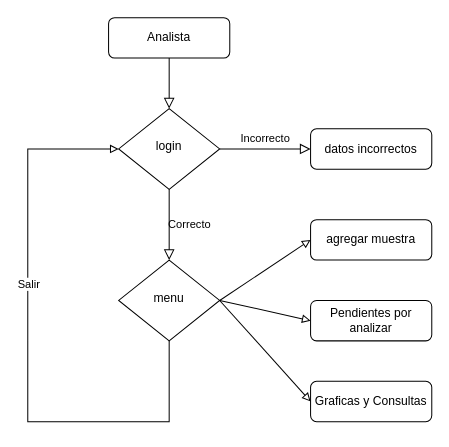
Gabitoto/Bases-de-Datos keeps this draw.io diagram as flujo_de_usuario.drawio. Above is the earlier version. Source tidied: cells renumbered, new cells numbered last; positions are measured from the earlier drawing's top-left corner, leaving out a move shared by most shapes. Both pictures are drawn from the tidied source at 101%, with x=0, y=0 at pixel (27, 17).
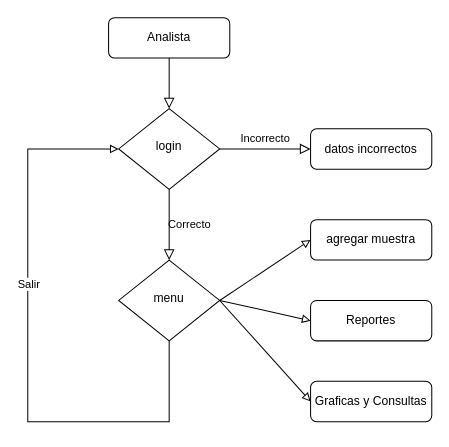
The same page after the edit.

The edit, as a diff of the source:
```diff
@@
 <mxGraphModel>
   <root>
     <mxCell id="0" />
     <mxCell id="1" parent="0" />
     <mxCell id="2" style="rounded=0;html=1;jettySize=auto;fontSize=11;endArrow=block;endFill=0;endSize=8;strokeWidth=1;shadow=0;labelBackgroundColor=none;edgeStyle=orthogonalEdgeStyle;" parent="1" edge="1" source="3" target="6">
       <mxGeometry relative="1" as="geometry" />
     </mxCell>
     <mxCell id="3" value="Analista" style="rounded=1;whiteSpace=wrap;html=1;fontSize=12;glass=0;strokeWidth=1;shadow=0;" parent="1" vertex="1">
       <mxGeometry x="80" width="120" height="40" as="geometry" />
     </mxCell>
     <mxCell id="4" value="Correcto" style="rounded=0;html=1;jettySize=auto;fontSize=11;endArrow=block;endFill=0;endSize=8;strokeWidth=1;shadow=0;labelBackgroundColor=none;edgeStyle=orthogonalEdgeStyle;" parent="1" edge="1" source="6" target="10">
       <mxGeometry y="20" relative="1" as="geometry" />
     </mxCell>
     <mxCell id="5" value="Incorrecto" style="edgeStyle=orthogonalEdgeStyle;rounded=0;html=1;jettySize=auto;fontSize=11;endArrow=block;endFill=0;endSize=8;strokeWidth=1;shadow=0;labelBackgroundColor=none;" parent="1" edge="1" source="6" target="7">
       <mxGeometry y="10" relative="1" as="geometry" />
     </mxCell>
     <mxCell id="6" value="login" style="rhombus;whiteSpace=wrap;html=1;shadow=0;fontFamily=Helvetica;fontSize=12;align=center;strokeWidth=1;spacing=6;spacingTop=-4;" parent="1" vertex="1">
       <mxGeometry x="90" y="90" width="100" height="80" as="geometry" />
     </mxCell>
     <mxCell id="7" value="datos incorrectos" style="rounded=1;whiteSpace=wrap;html=1;fontSize=12;glass=0;strokeWidth=1;shadow=0;" parent="1" vertex="1">
       <mxGeometry x="280" y="110" width="120" height="40" as="geometry" />
     </mxCell>
     <mxCell id="8" style="edgeStyle=orthogonalEdgeStyle;rounded=0;jettySize=auto;html=1;entryX=0;entryY=0.5;entryDx=0;entryDy=0;endArrow=block;endFill=0;" parent="1" edge="1" source="10" target="6">
       <mxGeometry relative="1" as="geometry">
         <Array as="points">
           <mxPoint x="140" y="400" />
           <mxPoint y="400" />
           <mxPoint y="130" />
         </Array>
       </mxGeometry>
     </mxCell>
     <mxCell id="9" value="Salir" style="edgeLabel;html=1;align=center;verticalAlign=middle;" parent="8" vertex="1">
       <mxGeometry x="0.23" relative="1" as="geometry" />
     </mxCell>
     <mxCell id="10" value="menu" style="rhombus;whiteSpace=wrap;html=1;shadow=0;fontFamily=Helvetica;fontSize=12;align=center;strokeWidth=1;spacing=6;spacingTop=-4;" parent="1" vertex="1">
       <mxGeometry x="90" y="240" width="100" height="80" as="geometry" />
     </mxCell>
     <mxCell id="11" value="agregar muestra" style="rounded=1;whiteSpace=wrap;html=1;fontSize=12;glass=0;strokeWidth=1;shadow=0;" parent="1" vertex="1">
       <mxGeometry x="280" y="200" width="120" height="40" as="geometry" />
     </mxCell>
-    <mxCell id="12" value="Pendientes por analizar" style="rounded=1;whiteSpace=wrap;html=1;fontSize=12;glass=0;strokeWidth=1;shadow=0;" parent="1" vertex="1">
+    <mxCell id="12" value="Reportes" style="rounded=1;whiteSpace=wrap;html=1;fontSize=12;glass=0;strokeWidth=1;shadow=0;" parent="1" vertex="1">
       <mxGeometry x="280" y="280" width="120" height="40" as="geometry" />
     </mxCell>
     <mxCell id="13" value="Graficas y Consultas" style="rounded=1;whiteSpace=wrap;html=1;fontSize=12;glass=0;strokeWidth=1;shadow=0;" parent="1" vertex="1">
       <mxGeometry x="280" y="360" width="120" height="40" as="geometry" />
     </mxCell>
     <mxCell id="14" style="endArrow=block;html=1;rounded=0;exitX=1;exitY=0.5;exitDx=0;exitDy=0;entryX=0;entryY=0.5;entryDx=0;entryDy=0;endFill=0;" parent="1" edge="1" source="10" target="11">
       <mxGeometry relative="1" as="geometry" />
     </mxCell>
     <mxCell id="15" style="endArrow=block;html=1;rounded=0;exitX=1;exitY=0.5;exitDx=0;exitDy=0;entryX=0;entryY=0.5;entryDx=0;entryDy=0;endFill=0;" parent="1" edge="1" source="10" target="12">
       <mxGeometry relative="1" as="geometry" />
     </mxCell>
     <mxCell id="16" style="endArrow=block;html=1;rounded=0;exitX=1;exitY=0.5;exitDx=0;exitDy=0;entryX=0;entryY=0.5;entryDx=0;entryDy=0;endFill=0;" parent="1" edge="1" source="10" target="13">
       <mxGeometry relative="1" as="geometry" />
     </mxCell>
   </root>
 </mxGraphModel>
```
